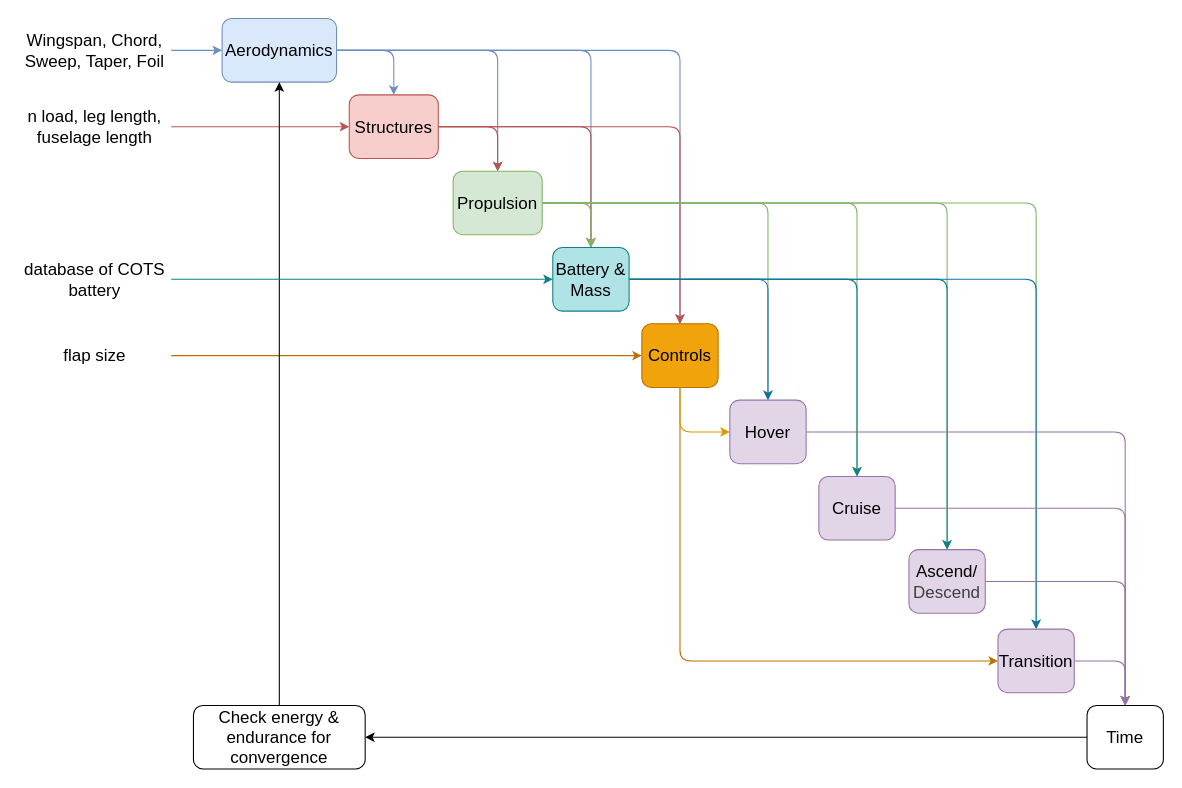
Earlier version of the draw.io diagram tailsitter_xdsm_overall.drawio (Shrirocket/OpenMDAO_Intro_Problems). Source tidied: cells renumbered, new cells numbered last; positions are measured from the earlier drawing's top-left corner, leaving out a move shared by most shapes. Both pictures are drawn from the tidied source at 106%, with x=0, y=0 at pixel (18, 18).
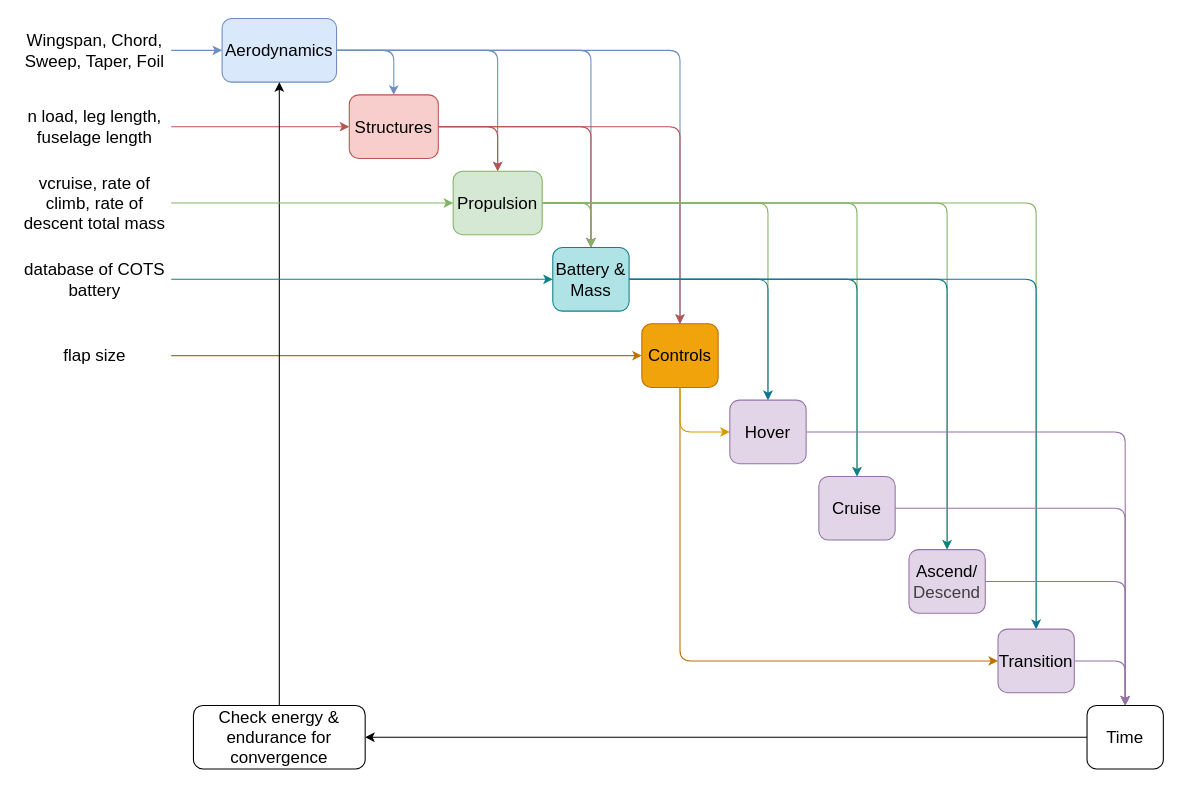
Above is the later version.

Commit message:
added inputs to xdsm overall

Unchanged cells that the change refers to:
```xml
<mxCell id="16" value="Propulsion" style="rounded=1;whiteSpace=wrap;html=1;fillColor=#d5e8d4;strokeColor=#82b366;fontSize=16;" parent="1" vertex="1">
  <mxGeometry x="410" y="144" width="84" height="60" as="geometry" />
</mxCell>
```

Diff of the diagram source:
```diff
@@
+    <mxCell id="45" style="edgeStyle=none;html=1;fillColor=#d5e8d4;strokeColor=#82b366;" parent="1" edge="1" source="46" target="16">
+      <mxGeometry relative="1" as="geometry" />
+    </mxCell>
+    <mxCell id="46" value="vcruise, rate of climb, rate of descent total mass" style="text;html=1;align=center;verticalAlign=middle;whiteSpace=wrap;rounded=0;fontSize=16;" parent="1" vertex="1">
+      <mxGeometry y="159" width="144" height="30" as="geometry" />
+    </mxCell>
```
